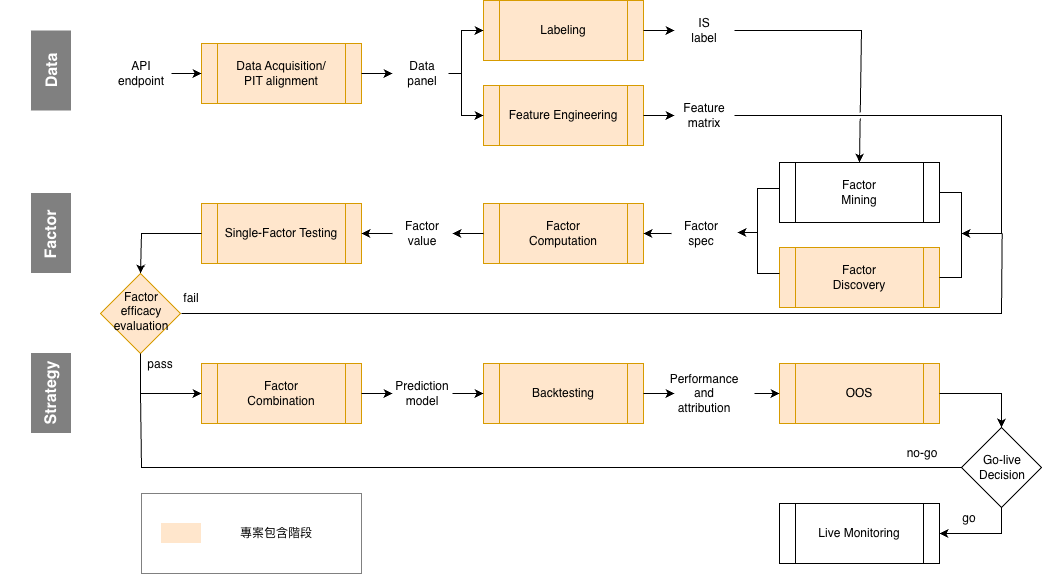
This is tw-5-factor-lab/img/tw-5-factor-lab.png from willie8432/Quantitative-Factor-Research, a draw.io export, as it was before one commit. Source tidied: cells renumbered, new cells last; positions are measured from the earlier drawing's top-left corner, leaving out a move shared by most shapes.
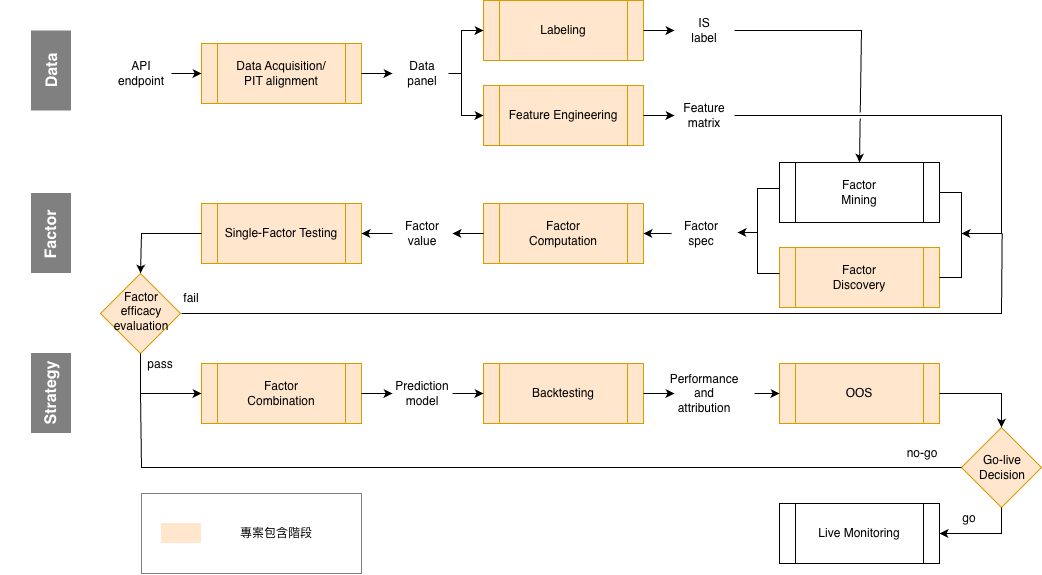
After the commit.

The edit, as a diff of the source:
```diff
@@ -198,7 +198,7 @@
         </Array>
       </mxGeometry>
     </mxCell>
-    <mxCell id="51" style="rhombus;whiteSpace=wrap;html=1;shapeInside=1;" parent="1" vertex="1">
+    <mxCell id="51" style="rhombus;whiteSpace=wrap;html=1;shapeInside=1;fillColor=#ffe6cc;strokeColor=#d79b00;" parent="1" vertex="1">
       <mxGeometry x="961" y="427" width="80" height="80" as="geometry" />
     </mxCell>
     <mxCell id="52" value="Go-live Decision" style="text;html=1;whiteSpace=wrap;strokeColor=none;fillColor=none;align=center;verticalAlign=middle;rounded=0;" parent="1" vertex="1">
```
